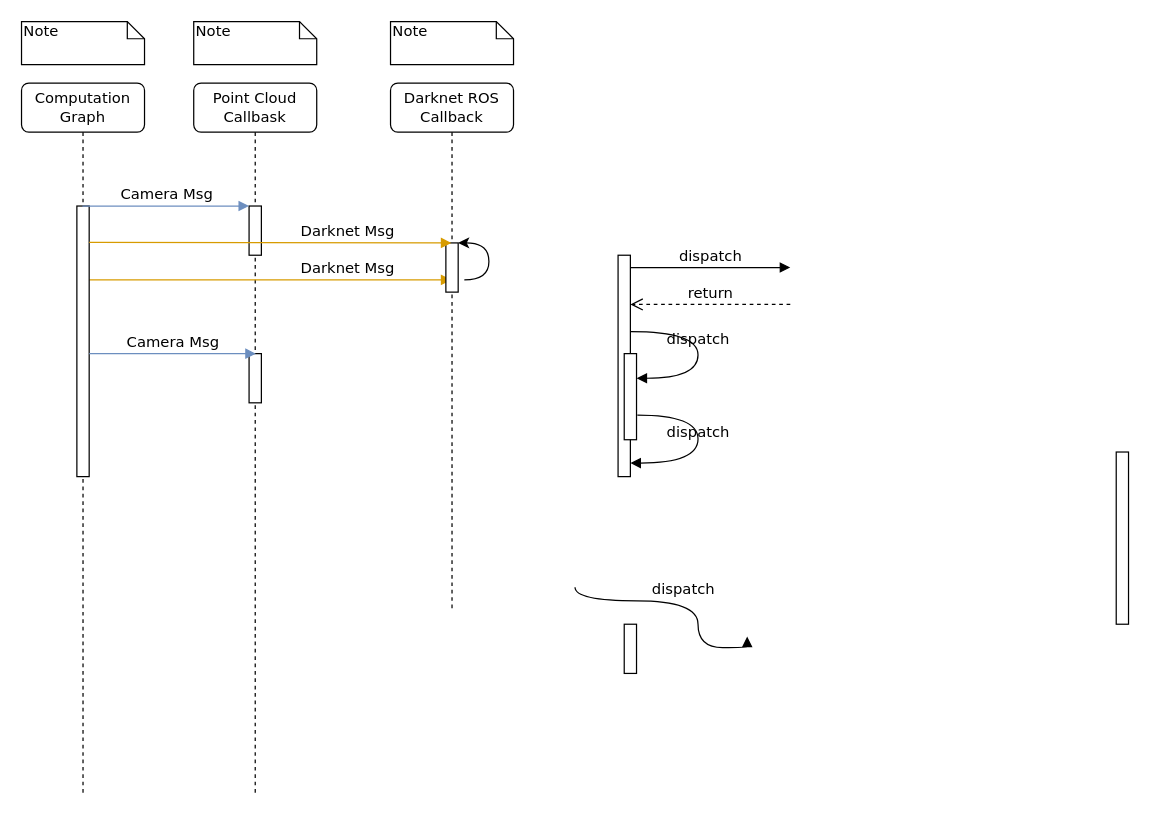
fgonzalezr1998/tfg_src keeps this draw.io diagram as diagrams/algorithm_darknetros/subscription_callbacks.drawio. Above is the earlier version. Source tidied: cells renumbered, new cells numbered last; positions are measured from the earlier drawing's top-left corner, leaving out a move shared by most shapes. Both pictures are drawn from the tidied source at 123%, with x=0, y=0 at pixel (21, 21).
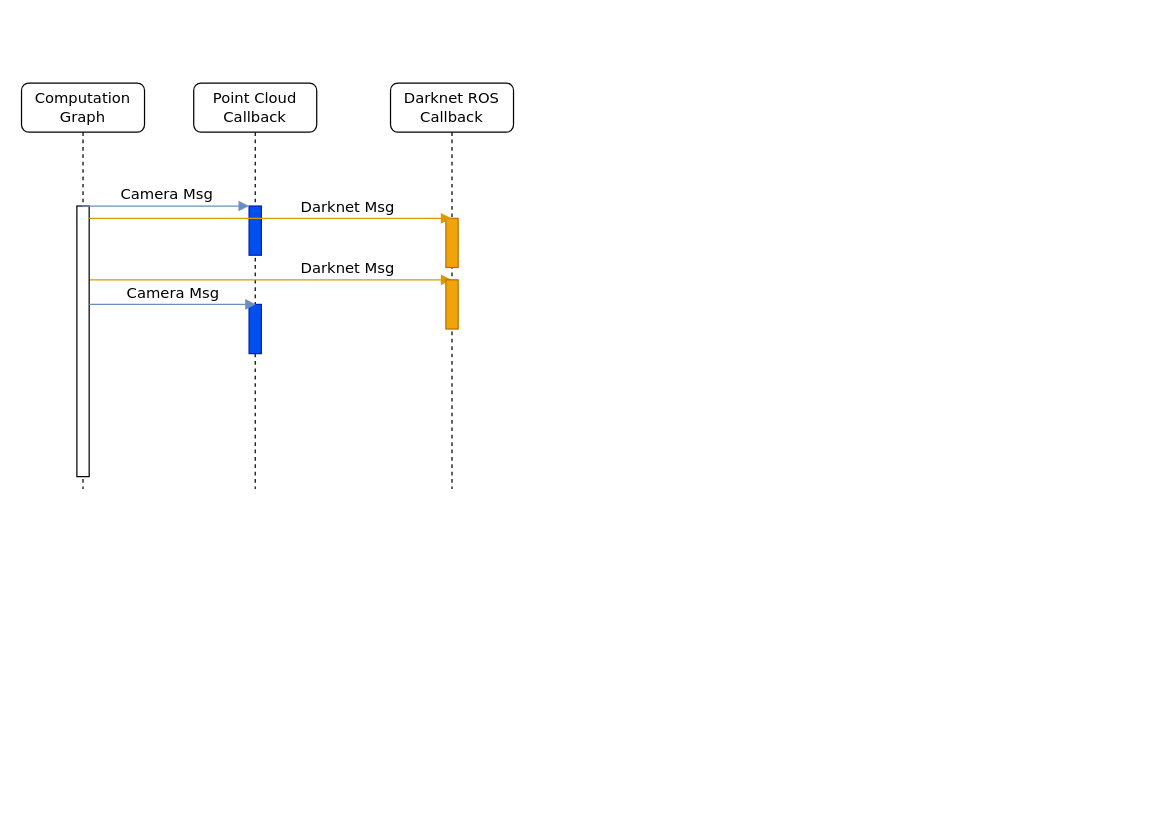
The same diagram, later.

Diff of the diagram source:
```diff
@@
-    <mxCell id="2" value="Point Cloud Callbask" style="shape=umlLifeline;perimeter=lifelinePerimeter;whiteSpace=wrap;html=1;rounded=1;shadow=0;comic=0;labelBackgroundColor=none;strokeWidth=1;fontFamily=Verdana;fontSize=12;align=center;" parent="1" vertex="1">
-      <mxGeometry x="140" y="50" width="100" height="580" as="geometry" />
+    <mxCell id="2" value="Point Cloud Callback" style="shape=umlLifeline;perimeter=lifelinePerimeter;whiteSpace=wrap;html=1;rounded=1;shadow=0;comic=0;labelBackgroundColor=none;strokeWidth=1;fontFamily=Verdana;fontSize=12;align=center;" parent="1" vertex="1">
+      <mxGeometry x="140" y="50" width="100" height="330" as="geometry" />
     </mxCell>
-    <mxCell id="3" style="html=1;points=[];perimeter=orthogonalPerimeter;rounded=0;shadow=0;comic=0;labelBackgroundColor=none;strokeWidth=1;fontFamily=Verdana;fontSize=12;align=center;" parent="2" vertex="1">
+    <mxCell id="3" style="html=1;points=[];perimeter=orthogonalPerimeter;rounded=0;shadow=0;comic=0;labelBackgroundColor=none;strokeWidth=1;fontFamily=Verdana;fontSize=12;align=center;fillColor=#0050ef;fontColor=#ffffff;strokeColor=#001DBC;" parent="2" vertex="1">
       <mxGeometry x="45" y="100" width="10" height="40" as="geometry" />
     </mxCell>
@@
-    <mxCell id="5" style="html=1;perimeter=orthogonalPerimeter;rounded=0;shadow=0;comic=0;labelBackgroundColor=none;strokeWidth=1;fontFamily=Verdana;fontSize=12;align=center;" parent="2" vertex="1">
-      <mxGeometry x="45" y="220" width="10" height="40" as="geometry" />
+    <mxCell id="5" style="html=1;perimeter=orthogonalPerimeter;rounded=0;shadow=0;comic=0;labelBackgroundColor=none;strokeWidth=1;fontFamily=Verdana;fontSize=12;align=center;fillColor=#0050ef;fontColor=#ffffff;strokeColor=#001DBC;" parent="2" vertex="1">
+      <mxGeometry x="45" y="180" width="10" height="40" as="geometry" />
     </mxCell>
     <mxCell id="6" value="Darknet ROS Callback" style="shape=umlLifeline;perimeter=lifelinePerimeter;whiteSpace=wrap;html=1;outlineConnect=0;rounded=1;shadow=0;comic=0;labelBackgroundColor=none;strokeWidth=1;fontFamily=Verdana;fontSize=12;align=center;" parent="1" vertex="1">
-      <mxGeometry x="300" y="50" width="100" height="430" as="geometry" />
+      <mxGeometry x="300" y="50" width="100" height="330" as="geometry" />
     </mxCell>
-    <mxCell id="7" style="html=1;points=[];perimeter=orthogonalPerimeter;rounded=0;shadow=0;comic=0;labelBackgroundColor=none;strokeWidth=1;fontFamily=Verdana;fontSize=12;align=center;" parent="6" vertex="1">
-      <mxGeometry x="45" y="130" width="10" height="40" as="geometry" />
+    <mxCell id="7" style="html=1;points=[];perimeter=orthogonalPerimeter;rounded=0;shadow=0;comic=0;labelBackgroundColor=none;strokeWidth=1;fontFamily=Verdana;fontSize=12;align=center;fillColor=#f0a30a;fontColor=#000000;strokeColor=#BD7000;" parent="6" vertex="1">
+      <mxGeometry x="45" y="110" width="10" height="40" as="geometry" />
     </mxCell>
-    <mxCell id="8" style="curved=1;endArrow=classic;html=1;rounded=0;" parent="6" edge="1" target="7">
-      <mxGeometry relative="1" as="geometry">
-        <mxPoint x="60" y="160" as="sourcePoint" />
-        <Array as="points">
-          <mxPoint x="80" y="160" />
-          <mxPoint x="80" y="130" />
-        </Array>
-      </mxGeometry>
-    </mxCell>
+    <mxCell id="26" style="html=1;perimeter=orthogonalPerimeter;rounded=0;shadow=0;comic=0;labelBackgroundColor=none;strokeWidth=1;fontFamily=Verdana;fontSize=12;align=center;fillColor=#f0a30a;fontColor=#000000;strokeColor=#BD7000;" parent="6" vertex="1">
+      <mxGeometry x="45" y="160" width="10" height="40" as="geometry" />
+    </mxCell>
     <mxCell id="9" value="Computation Graph" style="shape=umlLifeline;perimeter=lifelinePerimeter;whiteSpace=wrap;html=1;outlineConnect=0;rounded=1;shadow=0;comic=0;labelBackgroundColor=none;strokeWidth=1;fontFamily=Verdana;fontSize=12;align=center;" parent="1" vertex="1">
-      <mxGeometry y="50" width="100" height="580" as="geometry" />
+      <mxGeometry y="50" width="100" height="330" as="geometry" />
     </mxCell>
@@
-    <mxCell id="11" value="Darknet Msg" style="html=1;verticalAlign=bottom;endArrow=block;labelBackgroundColor=none;fontFamily=Verdana;fontSize=12;edgeStyle=elbowEdgeStyle;elbow=vertical;fillColor=#ffe6cc;strokeColor=#d79b00;" parent="9" edge="1" target="6">
+    <mxCell id="11" value="Darknet Msg" style="html=1;verticalAlign=bottom;endArrow=block;labelBackgroundColor=none;fontFamily=Verdana;fontSize=12;edgeStyle=elbowEdgeStyle;elbow=vertical;fillColor=#ffe6cc;strokeColor=#d79b00;" parent="9" edge="1">
       <mxGeometry x="0.42" relative="1" as="geometry">
-        <mxPoint x="55" y="129.5" as="sourcePoint" />
+        <mxPoint x="55" y="110" as="sourcePoint" />
+        <mxPoint x="349.5" y="110.5" as="targetPoint" />
         <mxPoint x="1" as="offset" />
       </mxGeometry>
     </mxCell>
+    <mxCell id="17" value="Camera Msg" style="html=1;verticalAlign=bottom;endArrow=block;entryX=0;entryY=0;labelBackgroundColor=none;fontFamily=Verdana;fontSize=12;edgeStyle=elbowEdgeStyle;elbow=vertical;fillColor=#dae8fc;strokeColor=#6c8ebf;" parent="1" edge="1" source="9" target="3">
+      <mxGeometry relative="1" as="geometry" />
+    </mxCell>
-    <mxCell id="12" value="Camera Msg" style="html=1;verticalAlign=bottom;endArrow=block;entryX=0;entryY=0;labelBackgroundColor=none;fontFamily=Verdana;fontSize=12;edgeStyle=elbowEdgeStyle;elbow=vertical;fillColor=#dae8fc;strokeColor=#6c8ebf;" parent="9" edge="1">
+    <mxCell id="12" value="Camera Msg" style="html=1;verticalAlign=bottom;endArrow=block;entryX=0;entryY=0;labelBackgroundColor=none;fontFamily=Verdana;fontSize=12;edgeStyle=elbowEdgeStyle;elbow=vertical;fillColor=#dae8fc;strokeColor=#6c8ebf;" parent="1" edge="1">
       <mxGeometry relative="1" as="geometry">
-        <mxPoint x="55" y="220" as="sourcePoint" />
-        <mxPoint x="190.5" y="220" as="targetPoint" />
+        <mxPoint x="55" y="230" as="sourcePoint" />
+        <mxPoint x="190.5" y="230" as="targetPoint" />
       </mxGeometry>
     </mxCell>
-    <mxCell id="13" style="html=1;points=[];perimeter=orthogonalPerimeter;rounded=0;shadow=0;comic=0;labelBackgroundColor=none;strokeWidth=1;fontFamily=Verdana;fontSize=12;align=center;" parent="1" vertex="1">
-      <mxGeometry x="485" y="190" width="10" height="180" as="geometry" />
-    </mxCell>
-    <mxCell id="14" value="dispatch" style="html=1;verticalAlign=bottom;endArrow=block;entryX=0;entryY=0;labelBackgroundColor=none;fontFamily=Verdana;fontSize=12;edgeStyle=elbowEdgeStyle;elbow=vertical;" parent="1" edge="1" source="13">
-      <mxGeometry relative="1" as="geometry">
-        <mxPoint x="625" y="200" as="targetPoint" />
-      </mxGeometry>
-    </mxCell>
-    <mxCell id="15" value="return" style="html=1;verticalAlign=bottom;endArrow=open;dashed=1;endSize=8;labelBackgroundColor=none;fontFamily=Verdana;fontSize=12;edgeStyle=elbowEdgeStyle;elbow=vertical;" parent="1" edge="1" target="13">
-      <mxGeometry relative="1" as="geometry">
-        <mxPoint x="625" y="230" as="sourcePoint" />
-        <Array as="points">
-          <mxPoint x="570" y="230" />
-          <mxPoint x="600" y="230" />
-        </Array>
-      </mxGeometry>
-    </mxCell>
-    <mxCell id="16" style="html=1;perimeter=orthogonalPerimeter;rounded=0;shadow=0;comic=0;labelBackgroundColor=none;strokeWidth=1;fontFamily=Verdana;fontSize=12;align=center;" parent="1" vertex="1">
-      <mxGeometry x="890" y="350" width="10" height="140" as="geometry" />
-    </mxCell>
-    <mxCell id="17" value="Camera Msg" style="html=1;verticalAlign=bottom;endArrow=block;entryX=0;entryY=0;labelBackgroundColor=none;fontFamily=Verdana;fontSize=12;edgeStyle=elbowEdgeStyle;elbow=vertical;fillColor=#dae8fc;strokeColor=#6c8ebf;" parent="1" edge="1" source="9" target="3">
-      <mxGeometry relative="1" as="geometry" />
-    </mxCell>
-    <mxCell id="18" style="html=1;points=[];perimeter=orthogonalPerimeter;rounded=0;shadow=0;comic=0;labelBackgroundColor=none;strokeWidth=1;fontFamily=Verdana;fontSize=12;align=center;" parent="1" vertex="1">
-      <mxGeometry x="490" y="270" width="10" height="70" as="geometry" />
-    </mxCell>
-    <mxCell id="19" value="dispatch" style="html=1;verticalAlign=bottom;endArrow=block;labelBackgroundColor=none;fontFamily=Verdana;fontSize=12;elbow=vertical;edgeStyle=orthogonalEdgeStyle;curved=1;entryX=1;entryY=0.286;entryPerimeter=0;exitX=1.038;exitY=0.345;exitPerimeter=0;" parent="1" edge="1" source="13" target="18">
-      <mxGeometry relative="1" as="geometry">
-        <Array as="points">
-          <mxPoint x="550" y="252" />
-          <mxPoint x="550" y="290" />
-        </Array>
-      </mxGeometry>
-    </mxCell>
-    <mxCell id="20" value="dispatch" style="html=1;verticalAlign=bottom;endArrow=block;labelBackgroundColor=none;fontFamily=Verdana;fontSize=12;elbow=vertical;edgeStyle=orthogonalEdgeStyle;curved=1;exitX=1.066;exitY=0.713;exitPerimeter=0;" parent="1" edge="1" source="18">
-      <mxGeometry relative="1" as="geometry">
-        <mxPoint x="495" y="359" as="targetPoint" />
-        <Array as="points">
-          <mxPoint x="550" y="320" />
-          <mxPoint x="550" y="359" />
-        </Array>
-      </mxGeometry>
-    </mxCell>
-    <mxCell id="21" style="html=1;perimeter=orthogonalPerimeter;rounded=0;shadow=0;comic=0;labelBackgroundColor=none;strokeWidth=1;fontFamily=Verdana;fontSize=12;align=center;" parent="1" vertex="1">
-      <mxGeometry x="490" y="490" width="10" height="40" as="geometry" />
-    </mxCell>
-    <mxCell id="22" value="dispatch" style="html=1;verticalAlign=bottom;endArrow=block;labelBackgroundColor=none;fontFamily=Verdana;fontSize=12;elbow=vertical;edgeStyle=orthogonalEdgeStyle;curved=1;" parent="1" edge="1">
-      <mxGeometry relative="1" as="geometry">
-        <mxPoint x="450" y="460" as="sourcePoint" />
-        <mxPoint x="590" y="500" as="targetPoint" />
-        <Array as="points">
-          <mxPoint x="550" y="471" />
-          <mxPoint x="550" y="509" />
-        </Array>
-      </mxGeometry>
-    </mxCell>
-    <mxCell id="23" value="Note" style="shape=note;whiteSpace=wrap;html=1;size=14;verticalAlign=top;align=left;spacingTop=-6;rounded=0;shadow=0;comic=0;labelBackgroundColor=none;strokeWidth=1;fontFamily=Verdana;fontSize=12;" parent="1" vertex="1">
-      <mxGeometry width="100" height="35" as="geometry" />
-    </mxCell>
-    <mxCell id="24" value="Note" style="shape=note;whiteSpace=wrap;html=1;size=14;verticalAlign=top;align=left;spacingTop=-6;rounded=0;shadow=0;comic=0;labelBackgroundColor=none;strokeWidth=1;fontFamily=Verdana;fontSize=12;" parent="1" vertex="1">
-      <mxGeometry x="140" width="100" height="35" as="geometry" />
-    </mxCell>
-    <mxCell id="25" value="Note" style="shape=note;whiteSpace=wrap;html=1;size=14;verticalAlign=top;align=left;spacingTop=-6;rounded=0;shadow=0;comic=0;labelBackgroundColor=none;strokeWidth=1;fontFamily=Verdana;fontSize=12;" parent="1" vertex="1">
-      <mxGeometry x="300" width="100" height="35" as="geometry" />
-    </mxCell>
```
